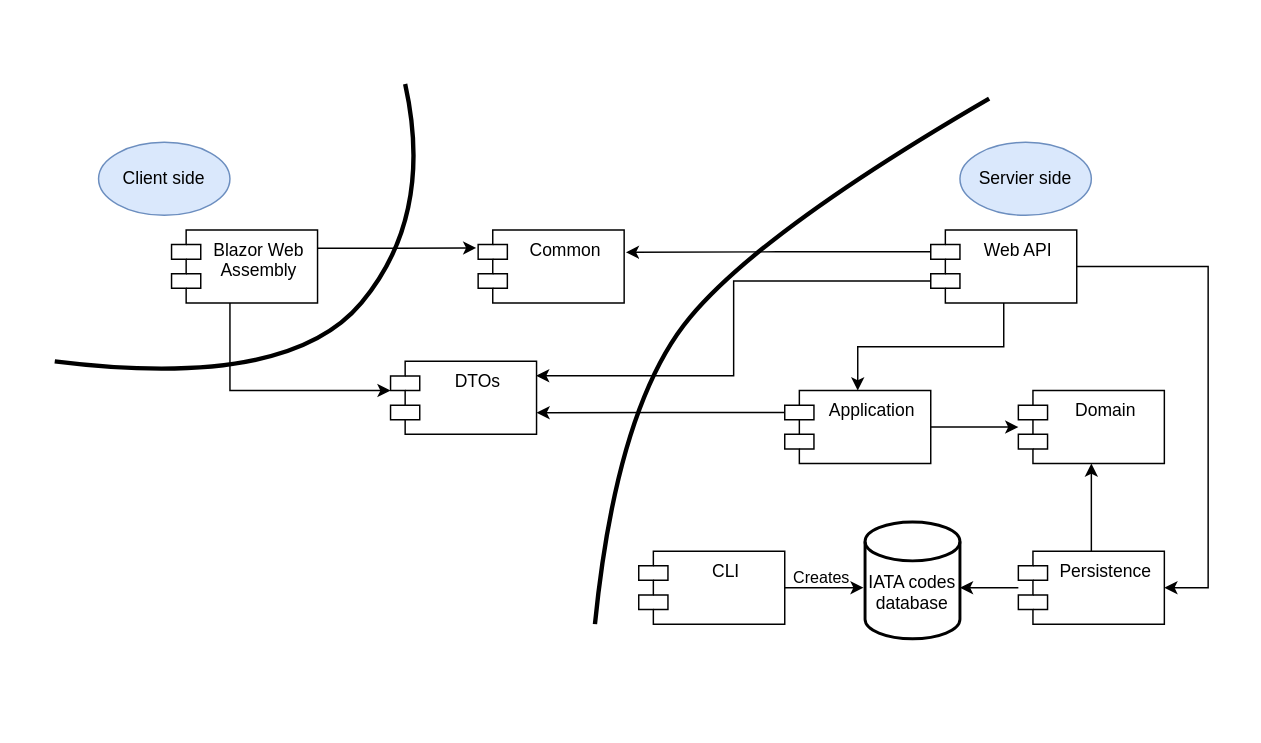
This is documentation/diagrams/project-dependencies.drawio from nizanixi/flight-scanner, a draw.io file, before an edit. Source tidied: cells renumbered, new cells numbered last; positions are measured from the earlier drawing's top-left corner, leaving out a move shared by most shapes. Both pictures are drawn from the tidied source at 146%, with x=0, y=0 at pixel (25, 54).
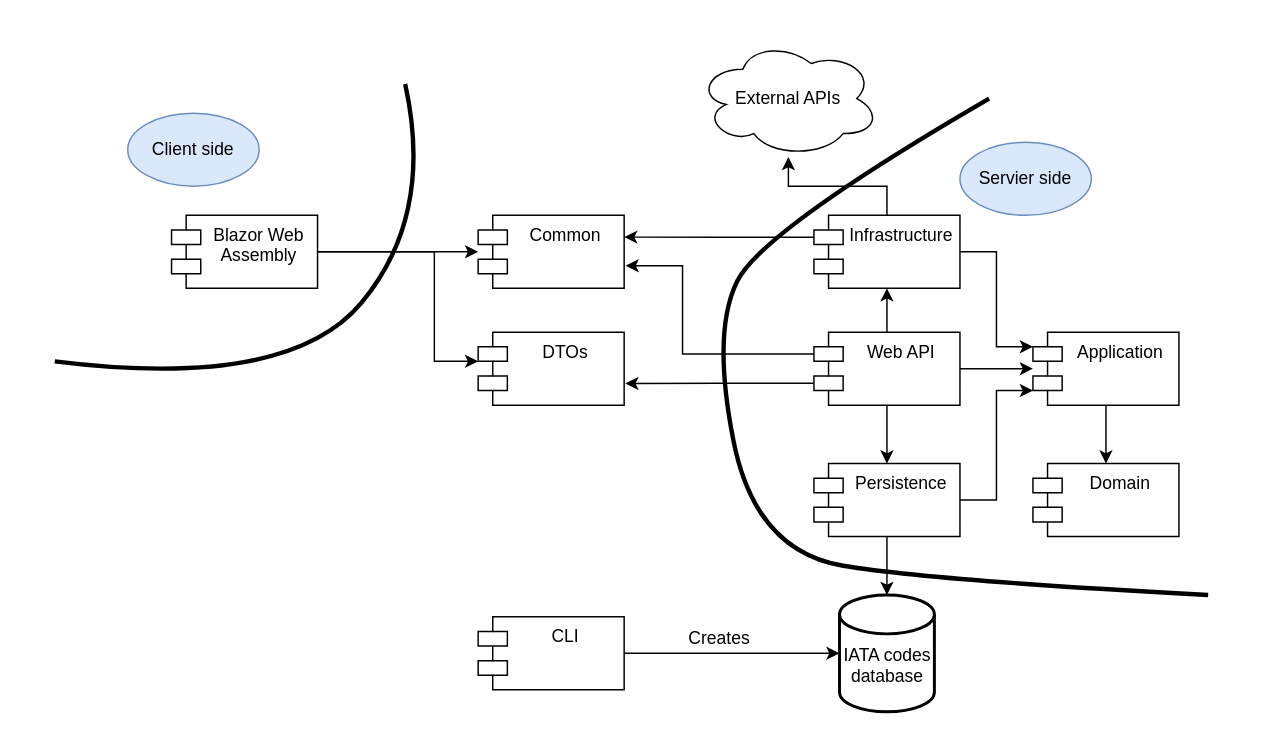
After the change.

Commit message (it also covers changes not shown here):
Update README.md according to latest changes in architecture

Change to the diagram source:
```diff
@@
     <mxCell id="2" value="CLI" style="shape=module;align=left;spacingLeft=20;align=center;verticalAlign=top;whiteSpace=wrap;html=1;" parent="1" vertex="1">
-      <mxGeometry x="420" y="340" width="100" height="50" as="geometry" />
+      <mxGeometry x="310" y="385" width="100" height="50" as="geometry" />
     </mxCell>
-    <mxCell id="3" style="edgeStyle=orthogonalEdgeStyle;rounded=0;jettySize=auto;html=1;" parent="1" edge="1" source="4" target="6">
+    <mxCell id="3" style="edgeStyle=orthogonalEdgeStyle;rounded=0;jettySize=auto;html=1;entryX=0.5;entryY=0;entryDx=0;entryDy=0;" parent="1" edge="1" source="4" target="6">
       <mxGeometry relative="1" as="geometry" />
     </mxCell>
     <mxCell id="4" value="Application" style="shape=module;align=left;spacingLeft=20;align=center;verticalAlign=top;whiteSpace=wrap;html=1;" parent="1" vertex="1">
-      <mxGeometry x="520" y="230" width="100" height="50" as="geometry" />
+      <mxGeometry x="690" y="190" width="100" height="50" as="geometry" />
     </mxCell>
+    <mxCell id="25" style="edgeStyle=orthogonalEdgeStyle;rounded=0;jettySize=auto;html=1;" parent="1" edge="1" source="5" target="19">
+      <mxGeometry relative="1" as="geometry" />
+    </mxCell>
     <mxCell id="5" value="Blazor Web Assembly" style="shape=module;align=left;spacingLeft=20;align=center;verticalAlign=top;whiteSpace=wrap;html=1;" parent="1" vertex="1">
-      <mxGeometry x="100" y="120" width="100" height="50" as="geometry" />
+      <mxGeometry x="100" y="110" width="100" height="50" as="geometry" />
     </mxCell>
     <mxCell id="6" value="Domain" style="shape=module;align=left;spacingLeft=20;align=center;verticalAlign=top;whiteSpace=wrap;html=1;" parent="1" vertex="1">
-      <mxGeometry x="680" y="230" width="100" height="50" as="geometry" />
+      <mxGeometry x="690" y="280" width="100" height="50" as="geometry" />
     </mxCell>
-    <mxCell id="7" style="edgeStyle=orthogonalEdgeStyle;rounded=0;jettySize=auto;html=1;" parent="1" edge="1" source="9" target="6">
-      <mxGeometry relative="1" as="geometry" />
-    </mxCell>
-    <mxCell id="8" style="edgeStyle=orthogonalEdgeStyle;rounded=0;jettySize=auto;html=1;" parent="1" edge="1" source="9">
-      <mxGeometry relative="1" as="geometry">
-        <mxPoint x="640" y="365" as="targetPoint" />
-      </mxGeometry>
-    </mxCell>
     <mxCell id="9" value="Persistence" style="shape=module;align=left;spacingLeft=20;align=center;verticalAlign=top;whiteSpace=wrap;html=1;" parent="1" vertex="1">
-      <mxGeometry x="680" y="340" width="100" height="50" as="geometry" />
+      <mxGeometry x="540" y="280" width="100" height="50" as="geometry" />
     </mxCell>
     <mxCell id="10" value="DTOs" style="shape=module;align=left;spacingLeft=20;align=center;verticalAlign=top;whiteSpace=wrap;html=1;" parent="1" vertex="1">
-      <mxGeometry x="250" y="210" width="100" height="50" as="geometry" />
+      <mxGeometry x="310" y="190" width="100" height="50" as="geometry" />
     </mxCell>
-    <mxCell id="11" style="edgeStyle=orthogonalEdgeStyle;rounded=0;jettySize=auto;html=1;entryX=0.5;entryY=0;entryDx=0;entryDy=0;" parent="1" edge="1" source="13" target="4">
+    <mxCell id="11" style="edgeStyle=orthogonalEdgeStyle;rounded=0;jettySize=auto;html=1;" parent="1" edge="1" source="13" target="4">
       <mxGeometry relative="1" as="geometry" />
     </mxCell>
+    <mxCell id="29" style="edgeStyle=orthogonalEdgeStyle;rounded=0;jettySize=auto;html=1;entryX=0.5;entryY=1;entryDx=0;entryDy=0;" parent="1" edge="1" source="13" target="31">
+      <mxGeometry relative="1" as="geometry" />
+    </mxCell>
-    <mxCell id="12" style="edgeStyle=orthogonalEdgeStyle;rounded=0;jettySize=auto;html=1;entryX=1;entryY=0.5;entryDx=0;entryDy=0;" parent="1" edge="1" source="13" target="9">
-      <mxGeometry relative="1" as="geometry">
-        <Array as="points">
-          <mxPoint x="810" y="145" />
-          <mxPoint x="810" y="365" />
-        </Array>
-      </mxGeometry>
+    <mxCell id="12" style="edgeStyle=orthogonalEdgeStyle;rounded=0;jettySize=auto;html=1;entryX=0.5;entryY=0;entryDx=0;entryDy=0;" parent="1" edge="1" source="13" target="9">
+      <mxGeometry relative="1" as="geometry" />
     </mxCell>
+    <mxCell id="20" style="edgeStyle=orthogonalEdgeStyle;rounded=0;jettySize=auto;html=1;exitX=0;exitY=0;exitDx=0;exitDy=35;exitPerimeter=0;entryX=1.008;entryY=0.703;entryDx=0;entryDy=0;entryPerimeter=0;" parent="1" edge="1" source="13" target="10">
+      <mxGeometry relative="1" as="geometry" />
+    </mxCell>
     <mxCell id="13" value="Web API" style="shape=module;align=left;spacingLeft=20;align=center;verticalAlign=top;whiteSpace=wrap;html=1;" parent="1" vertex="1">
-      <mxGeometry x="620" y="120" width="100" height="50" as="geometry" />
+      <mxGeometry x="540" y="190" width="100" height="50" as="geometry" />
     </mxCell>
     <mxCell id="14" value="Client side" style="ellipse;whiteSpace=wrap;html=1;fillColor=#dae8fc;strokeColor=#6c8ebf;" parent="1" vertex="1">
-      <mxGeometry x="50" y="60" width="90" height="50" as="geometry" />
+      <mxGeometry x="70" y="40" width="90" height="50" as="geometry" />
     </mxCell>
@@
     <mxCell id="16" value="IATA codes database&lt;div&gt;&lt;br&gt;&lt;/div&gt;" style="strokeWidth=2;html=1;shape=mxgraph.flowchart.database;whiteSpace=wrap;labelPosition=center;verticalLabelPosition=middle;align=center;verticalAlign=bottom;" parent="1" vertex="1">
-      <mxGeometry x="575" y="320" width="65" height="80" as="geometry" />
+      <mxGeometry x="557.5" y="370" width="65" height="80" as="geometry" />
     </mxCell>
@@
     <mxCell id="18" style="curved=1;endArrow=none;html=1;rounded=0;strokeWidth=3;endFill=0;" parent="1" edge="1">
       <mxGeometry relative="1" as="geometry">
-        <mxPoint x="390" y="390" as="sourcePoint" />
+        <mxPoint x="810" y="370" as="sourcePoint" />
         <mxPoint x="660" y="30" as="targetPoint" />
         <Array as="points">
-          <mxPoint x="405" y="240" />
+          <mxPoint x="620" y="360" />
+          <mxPoint x="500" y="340" />
+          <mxPoint x="470" y="190" />
           <mxPoint x="505" y="120" />
         </Array>
       </mxGeometry>
     </mxCell>
     <mxCell id="19" value="Common" style="shape=module;align=left;spacingLeft=20;align=center;verticalAlign=top;whiteSpace=wrap;html=1;" parent="1" vertex="1">
-      <mxGeometry x="310" y="120" width="100" height="50" as="geometry" />
+      <mxGeometry x="310" y="110" width="100" height="50" as="geometry" />
     </mxCell>
-    <mxCell id="20" style="edgeStyle=orthogonalEdgeStyle;rounded=0;jettySize=auto;html=1;exitX=0;exitY=0;exitDx=0;exitDy=35;exitPerimeter=0;entryX=0.997;entryY=0.196;entryDx=0;entryDy=0;entryPerimeter=0;" parent="1" edge="1" source="13" target="10">
-      <mxGeometry relative="1" as="geometry" />
-    </mxCell>
-    <mxCell id="21" style="edgeStyle=orthogonalEdgeStyle;rounded=0;jettySize=auto;html=1;endSize=6;" parent="1" edge="1" source="2">
-      <mxGeometry relative="1" as="geometry">
-        <mxPoint x="574" y="365" as="targetPoint" />
-      </mxGeometry>
-    </mxCell>
-    <mxCell id="22" value="Creates" style="edgeLabel;html=1;align=center;verticalAlign=middle;" parent="21" vertex="1">
-      <mxGeometry x="-0.54" relative="1" as="geometry">
-        <mxPoint x="11" y="-8" as="offset" />
-      </mxGeometry>
-    </mxCell>
-    <mxCell id="23" style="edgeStyle=orthogonalEdgeStyle;rounded=0;jettySize=auto;html=1;exitX=0;exitY=0;exitDx=0;exitDy=15;exitPerimeter=0;entryX=1;entryY=0.704;entryDx=0;entryDy=0;entryPerimeter=0;" parent="1" edge="1" source="4" target="10">
-      <mxGeometry relative="1" as="geometry" />
-    </mxCell>
-    <mxCell id="24" style="edgeStyle=orthogonalEdgeStyle;rounded=0;jettySize=auto;html=1;exitX=0;exitY=0;exitDx=0;exitDy=15;exitPerimeter=0;entryX=1.012;entryY=0.306;entryDx=0;entryDy=0;entryPerimeter=0;" parent="1" edge="1" source="13" target="19">
-      <mxGeometry relative="1" as="geometry" />
-    </mxCell>
-    <mxCell id="25" style="edgeStyle=orthogonalEdgeStyle;rounded=0;jettySize=auto;html=1;exitX=1;exitY=0.25;exitDx=0;exitDy=0;entryX=-0.013;entryY=0.246;entryDx=0;entryDy=0;entryPerimeter=0;" parent="1" edge="1" source="5" target="19">
-      <mxGeometry relative="1" as="geometry" />
-    </mxCell>
-    <mxCell id="26" style="edgeStyle=orthogonalEdgeStyle;rounded=0;jettySize=auto;html=1;entryX=0;entryY=0.4;entryDx=0;entryDy=0;entryPerimeter=0;" parent="1" edge="1" source="5" target="10">
-      <mxGeometry relative="1" as="geometry">
-        <Array as="points">
-          <mxPoint x="140" y="230" />
-        </Array>
-      </mxGeometry>
-    </mxCell>
     <mxCell id="27" style="rounded=0;whiteSpace=wrap;html=1;strokeColor=none;" parent="1" vertex="1">
-      <mxGeometry width="20" height="20" as="geometry" />
+      <mxGeometry y="-20" width="20" height="20" as="geometry" />
     </mxCell>
     <mxCell id="28" style="rounded=0;whiteSpace=wrap;html=1;strokeColor=none;" parent="1" vertex="1">
-      <mxGeometry x="810" y="400" width="20" height="20" as="geometry" />
+      <mxGeometry x="810" y="435" width="20" height="20" as="geometry" />
     </mxCell>
+    <mxCell id="30" style="edgeStyle=orthogonalEdgeStyle;rounded=0;jettySize=auto;html=1;" parent="1" edge="1" source="31" target="37">
+      <mxGeometry relative="1" as="geometry" />
+    </mxCell>
+    <mxCell id="31" value="Infrastructure" style="shape=module;align=left;spacingLeft=20;align=center;verticalAlign=top;whiteSpace=wrap;html=1;" parent="1" vertex="1">
+      <mxGeometry x="540" y="110" width="100" height="50" as="geometry" />
+    </mxCell>
+    <mxCell id="32" style="edgeStyle=orthogonalEdgeStyle;rounded=0;jettySize=auto;html=1;entryX=0;entryY=0.5;entryDx=0;entryDy=0;entryPerimeter=0;" parent="1" edge="1" source="2" target="16">
+      <mxGeometry relative="1" as="geometry" />
+    </mxCell>
+    <mxCell id="22" value="Creates" style="text;html=1;align=center;verticalAlign=middle;strokeColor=none;fillColor=none;" parent="1" vertex="1">
+      <mxGeometry x="440" y="385" width="70" height="30" as="geometry" />
+    </mxCell>
+    <mxCell id="33" style="edgeStyle=orthogonalEdgeStyle;rounded=0;jettySize=auto;html=1;entryX=0;entryY=0.8;entryDx=0;entryDy=0;entryPerimeter=0;" parent="1" edge="1" source="9" target="4">
+      <mxGeometry relative="1" as="geometry" />
+    </mxCell>
+    <mxCell id="34" style="edgeStyle=orthogonalEdgeStyle;rounded=0;jettySize=auto;html=1;entryX=0;entryY=0.2;entryDx=0;entryDy=0;entryPerimeter=0;" parent="1" edge="1" source="31" target="4">
+      <mxGeometry relative="1" as="geometry" />
+    </mxCell>
+    <mxCell id="24" style="edgeStyle=orthogonalEdgeStyle;rounded=0;jettySize=auto;html=1;exitX=0;exitY=0;exitDx=0;exitDy=15;exitPerimeter=0;entryX=1.01;entryY=0.689;entryDx=0;entryDy=0;entryPerimeter=0;" parent="1" edge="1" source="13" target="19">
+      <mxGeometry relative="1" as="geometry">
+        <Array as="points">
+          <mxPoint x="450" y="205" />
+          <mxPoint x="450" y="145" />
+        </Array>
+      </mxGeometry>
+    </mxCell>
+    <mxCell id="35" style="edgeStyle=orthogonalEdgeStyle;rounded=0;jettySize=auto;html=1;exitX=0;exitY=0;exitDx=0;exitDy=15;exitPerimeter=0;entryX=1;entryY=0.298;entryDx=0;entryDy=0;entryPerimeter=0;" parent="1" edge="1" source="31" target="19">
+      <mxGeometry relative="1" as="geometry" />
+    </mxCell>
+    <mxCell id="26" style="edgeStyle=orthogonalEdgeStyle;rounded=0;jettySize=auto;html=1;exitX=1;exitY=0.5;exitDx=0;exitDy=0;entryX=0;entryY=0.4;entryDx=0;entryDy=0;entryPerimeter=0;" parent="1" edge="1" source="5" target="10">
+      <mxGeometry relative="1" as="geometry">
+        <Array as="points">
+          <mxPoint x="280" y="135" />
+          <mxPoint x="280" y="210" />
+        </Array>
+      </mxGeometry>
+    </mxCell>
+    <mxCell id="36" style="edgeStyle=orthogonalEdgeStyle;rounded=0;jettySize=auto;html=1;entryX=0.5;entryY=0;entryDx=0;entryDy=0;entryPerimeter=0;" parent="1" edge="1" source="9" target="16">
+      <mxGeometry relative="1" as="geometry" />
+    </mxCell>
+    <mxCell id="37" value="External APIs" style="ellipse;shape=cloud;whiteSpace=wrap;html=1;" parent="1" vertex="1">
+      <mxGeometry x="460" y="-10" width="125" height="80" as="geometry" />
+    </mxCell>
```
